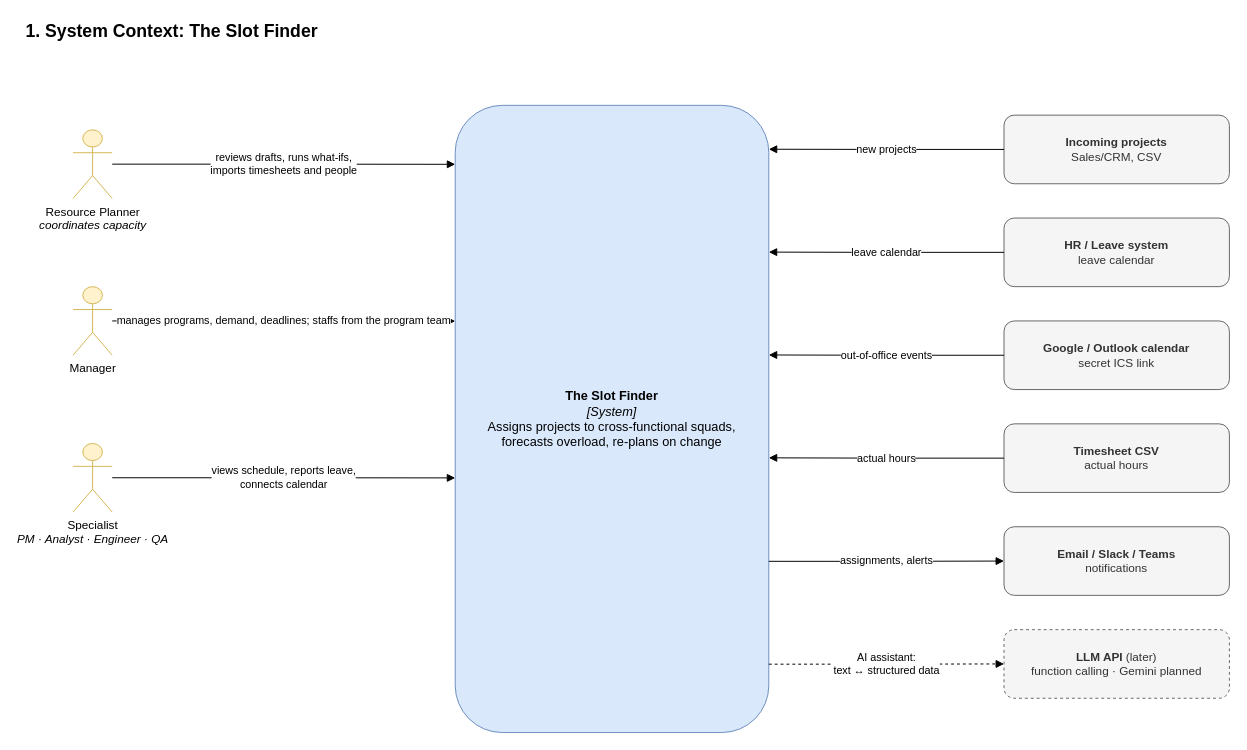
This is page "1. Context" (1 of 9) of docs/architecture.drawio from dophnamm/the-slot-finder, a draw.io file, before an edit. Source tidied: cells renumbered, new cells numbered last; positions are measured from the earlier drawing's top-left corner, leaving out a move shared by most shapes. Both pictures are drawn from the tidied source at 98%, with x=0, y=0 at pixel (24, 17).
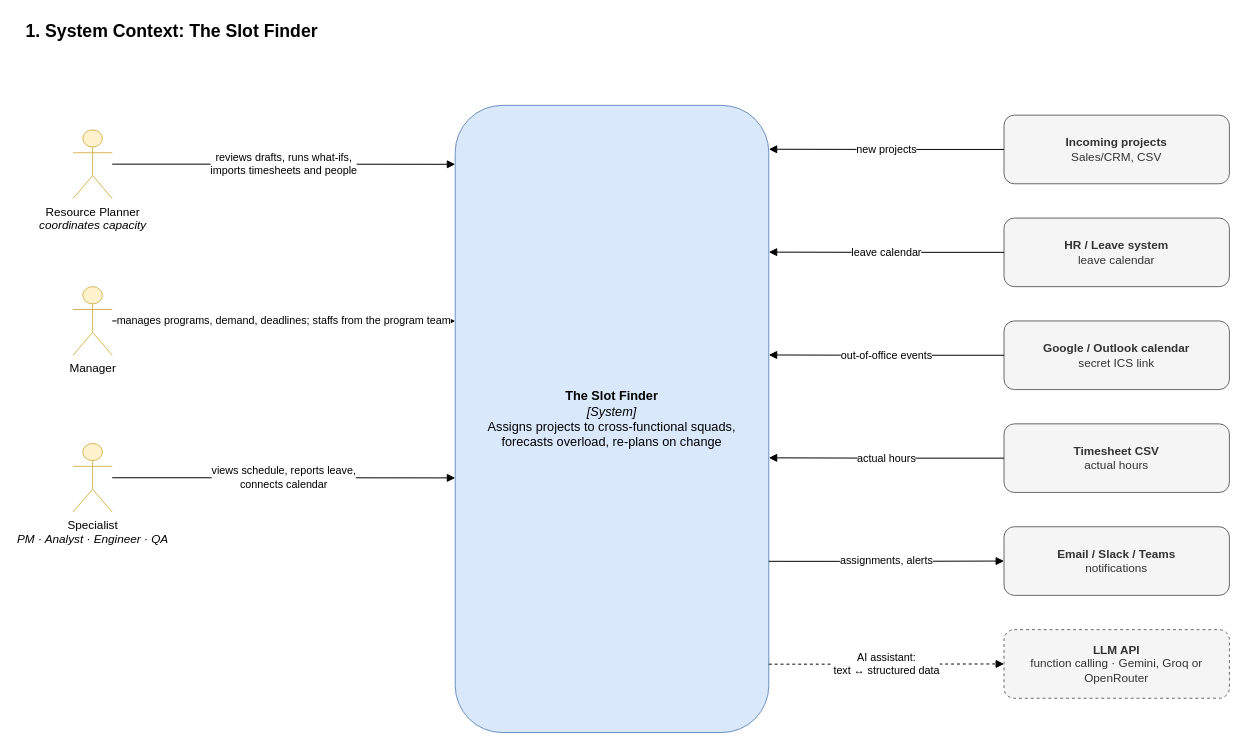
The same diagram, later.

The edit, as a diff of the source:
```diff
@@
-    <mxCell id="20" value="&lt;b&gt;LLM API&lt;/b&gt; (later)&lt;br&gt;function calling · Gemini planned" style="rounded=1;whiteSpace=wrap;html=1;fillColor=#f5f5f5;strokeColor=#666666;fontColor=#333333;dashed=1;" parent="1" vertex="1">
+    <mxCell id="20" value="&lt;b&gt;LLM API&lt;/b&gt;&lt;br&gt;function calling · Gemini, Groq or OpenRouter" style="rounded=1;whiteSpace=wrap;html=1;fillColor=#f5f5f5;strokeColor=#666666;fontColor=#333333;dashed=1;" parent="1" vertex="1">
       <mxGeometry x="1000" y="625" width="230" height="70" as="geometry" />
     </mxCell>
```
